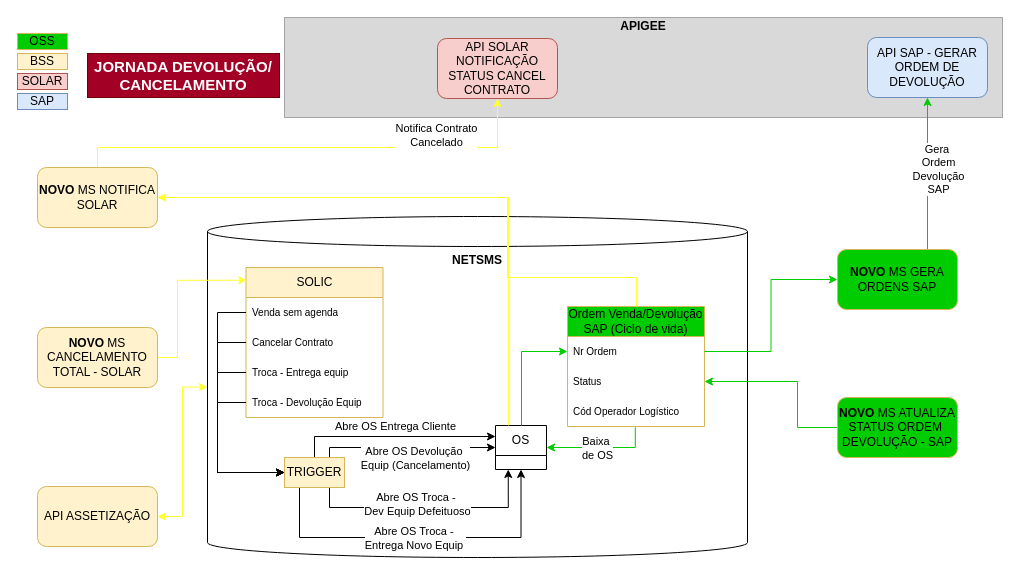
The draw.io diagram page "NETsales 8a base v13.02" (15 of 17) of 103976_106614-Entrega de equipamento via meio alternativo-Correios.drawio in samirali/ClaroBrasil, before the edit. Source tidied: cells renumbered, new cells numbered last; positions are measured from the earlier drawing's top-left corner, leaving out a move shared by most shapes. Both pictures are drawn from the tidied source at 100%, with x=0, y=0 at pixel (17, 17).
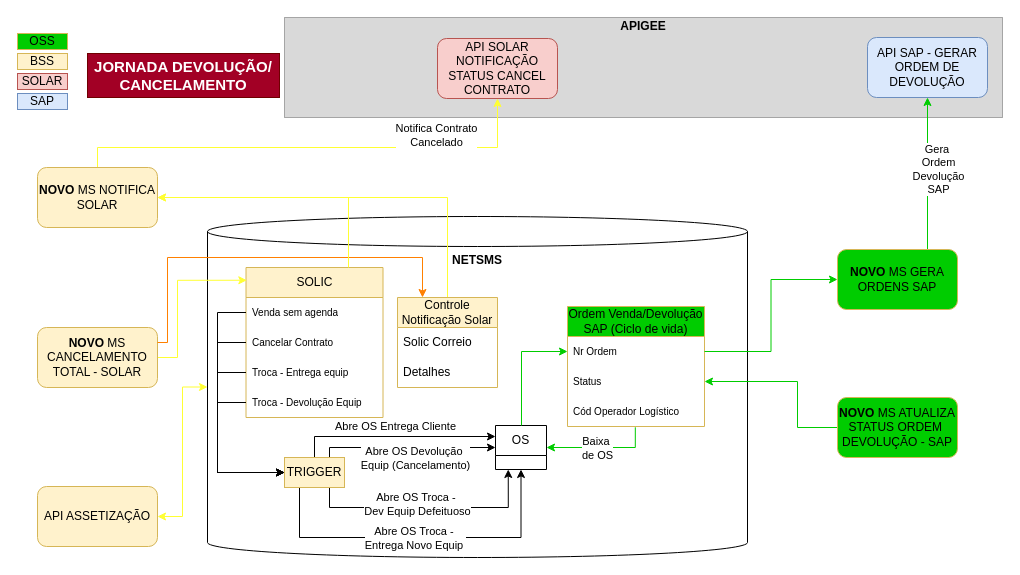
Above is the later version.

Unchanged cells that the change refers to:
```xml
<mxCell id="38" value="&lt;b&gt;NOVO &lt;/b&gt;MS CANCELAMENTO TOTAL - SOLAR" style="rounded=1;whiteSpace=wrap;html=1;fillColor=#fff2cc;strokeColor=#d6b656;" parent="1" vertex="1">
  <mxGeometry x="20" y="310" width="120" height="60" as="geometry" />
</mxCell>
```

What changed in the source:
```diff
@@
-    <mxCell id="54" style="edgeStyle=orthogonalEdgeStyle;rounded=0;hachureGap=4;orthogonalLoop=1;jettySize=auto;html=1;entryX=1;entryY=0.5;entryDx=0;entryDy=0;fontFamily=Architects Daughter;strokeColor=#FFFF33;exitX=0.25;exitY=0;exitDx=0;exitDy=0;" parent="1" edge="1">
-      <mxGeometry relative="1" as="geometry">
-        <mxPoint x="491" y="408" as="sourcePoint" />
-        <mxPoint x="140" y="180" as="targetPoint" />
-        <Array as="points">
-          <mxPoint x="491" y="180" />
-        </Array>
-      </mxGeometry>
-    </mxCell>
@@
-    <mxCell id="56" style="edgeStyle=orthogonalEdgeStyle;rounded=0;hachureGap=4;orthogonalLoop=1;jettySize=auto;html=1;entryX=1;entryY=0.5;entryDx=0;entryDy=0;fontFamily=Architects Daughter;strokeColor=#FFFF33;exitX=0.5;exitY=0;exitDx=0;exitDy=0;" parent="1" edge="1">
-      <mxGeometry relative="1" as="geometry">
-        <mxPoint x="619" y="289" as="sourcePoint" />
-        <mxPoint x="140" y="180" as="targetPoint" />
-        <Array as="points">
-          <mxPoint x="619" y="260" />
-          <mxPoint x="490" y="260" />
-          <mxPoint x="490" y="180" />
-        </Array>
-      </mxGeometry>
-    </mxCell>
+    <mxCell id="57" style="edgeStyle=orthogonalEdgeStyle;rounded=0;hachureGap=4;jettySize=auto;html=1;entryX=0.25;entryY=0;entryDx=0;entryDy=0;fontFamily=Architects Daughter;strokeColor=#FF8000;exitX=1;exitY=0.25;exitDx=0;exitDy=0;" parent="1" edge="1" source="38" target="59">
+      <mxGeometry relative="1" as="geometry">
+        <Array as="points">
+          <mxPoint x="150" y="325" />
+          <mxPoint x="150" y="240" />
+          <mxPoint x="405" y="240" />
+        </Array>
+      </mxGeometry>
+    </mxCell>
+    <mxCell id="58" style="edgeStyle=orthogonalEdgeStyle;rounded=0;hachureGap=4;jettySize=auto;html=1;entryX=1;entryY=0.5;entryDx=0;entryDy=0;fontFamily=Architects Daughter;strokeColor=#FFFF33;exitX=0.5;exitY=0;exitDx=0;exitDy=0;" parent="1" edge="1" source="59">
+      <mxGeometry relative="1" as="geometry">
+        <mxPoint x="140" y="180" as="targetPoint" />
+        <Array as="points">
+          <mxPoint x="430" y="180" />
+        </Array>
+      </mxGeometry>
+    </mxCell>
+    <mxCell id="59" value="Controle Notificação Solar" style="swimlane;fontStyle=0;horizontal=1;startSize=30;whiteSpace=wrap;html=1;hachureGap=4;fontFamily=Helvetica;fillColor=#fff2cc;strokeColor=#d6b656;" parent="1" vertex="1">
+      <mxGeometry x="380" y="280" width="100" height="90" as="geometry" />
+    </mxCell>
+    <mxCell id="60" value="Solic Correio" style="text;strokeColor=none;fillColor=none;align=left;verticalAlign=middle;spacingLeft=4;spacingRight=4;overflow=hidden;whiteSpace=wrap;html=1;fontFamily=Helvetica;" parent="59" vertex="1">
+      <mxGeometry y="30" width="100" height="30" as="geometry" />
+    </mxCell>
+    <mxCell id="61" value="Detalhes" style="text;strokeColor=none;fillColor=none;align=left;verticalAlign=middle;spacingLeft=4;spacingRight=4;overflow=hidden;whiteSpace=wrap;html=1;fontFamily=Helvetica;" parent="59" vertex="1">
+      <mxGeometry y="60" width="100" height="30" as="geometry" />
+    </mxCell>
+    <mxCell id="62" style="edgeStyle=orthogonalEdgeStyle;rounded=0;hachureGap=4;orthogonalLoop=1;jettySize=auto;html=1;entryX=1;entryY=0.5;entryDx=0;entryDy=0;fontFamily=Architects Daughter;strokeColor=#FFFF33;exitX=0.75;exitY=0;exitDx=0;exitDy=0;" parent="1" edge="1">
+      <mxGeometry relative="1" as="geometry">
+        <mxPoint x="331" y="250" as="sourcePoint" />
+        <mxPoint x="140" y="180" as="targetPoint" />
+        <Array as="points">
+          <mxPoint x="331" y="180" />
+        </Array>
+      </mxGeometry>
+    </mxCell>
```
